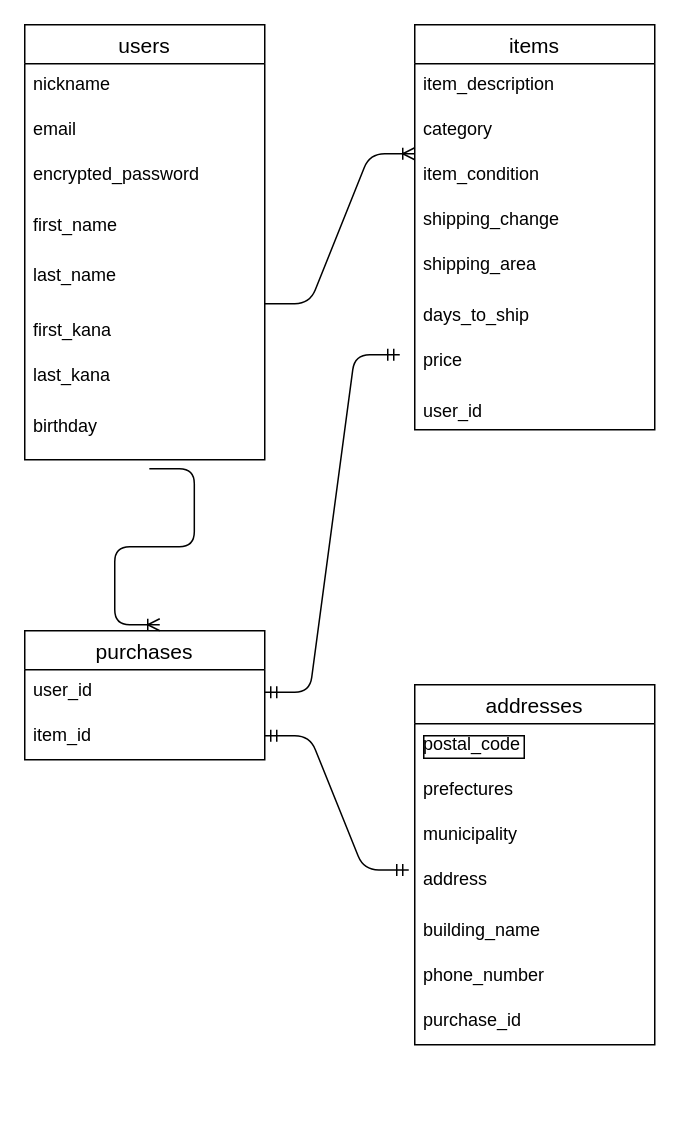
This is er_furima.dio from Masaki-Ohtaka/furima-34335, a draw.io file, before an edit. Source tidied: cells renumbered, new cells numbered last; positions are measured from the earlier drawing's top-left corner, leaving out a move shared by most shapes. Both pictures are drawn from the tidied source at 150%, with x=0, y=0 at pixel (24, 24).
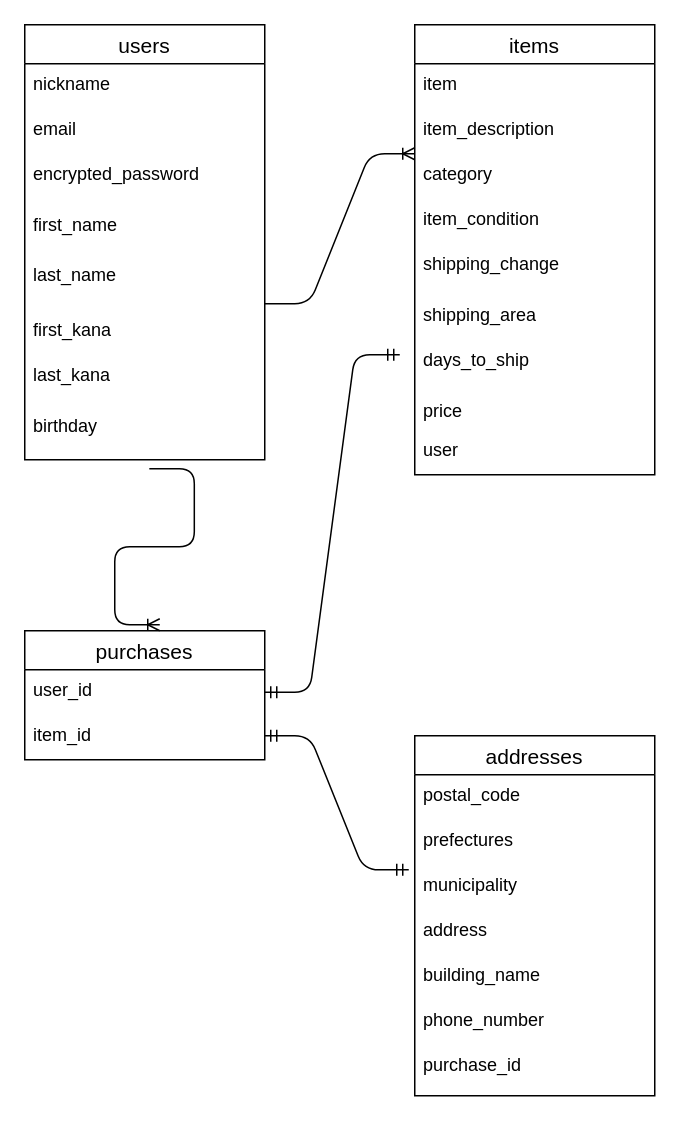
The same diagram, later.

Commit message (it also covers changes not shown here):
ER図とREADME再修正の２

Change to the diagram source:
```diff
@@
     <mxCell id="11" value="items" style="swimlane;fontStyle=0;horizontal=1;startSize=26;align=center;fontSize=14;" parent="1" vertex="1">
-      <mxGeometry x="260" width="160" height="270" as="geometry" />
+      <mxGeometry x="260" width="160" height="300" as="geometry" />
     </mxCell>
-    <mxCell id="12" value="item_description" style="text;strokeColor=none;fillColor=none;spacingLeft=4;spacingRight=4;overflow=hidden;fontSize=12;" parent="11" vertex="1">
+    <mxCell id="12" value="item" style="text;strokeColor=none;fillColor=none;spacingLeft=4;spacingRight=4;overflow=hidden;fontSize=12;" parent="11" vertex="1">
       <mxGeometry y="26" width="160" height="30" as="geometry" />
     </mxCell>
-    <mxCell id="13" value="category" style="text;strokeColor=none;fillColor=none;spacingLeft=4;spacingRight=4;overflow=hidden;fontSize=12;" parent="11" vertex="1">
+    <mxCell id="13" value="item_description" style="text;strokeColor=none;fillColor=none;spacingLeft=4;spacingRight=4;overflow=hidden;fontSize=12;" parent="11" vertex="1">
       <mxGeometry y="56" width="160" height="30" as="geometry" />
     </mxCell>
-    <mxCell id="14" value="item_condition" style="text;strokeColor=none;fillColor=none;spacingLeft=4;spacingRight=4;overflow=hidden;fontSize=12;" parent="11" vertex="1">
+    <mxCell id="14" value="category" style="text;strokeColor=none;fillColor=none;spacingLeft=4;spacingRight=4;overflow=hidden;fontSize=12;" parent="11" vertex="1">
       <mxGeometry y="86" width="160" height="30" as="geometry" />
     </mxCell>
-    <mxCell id="15" value="shipping_change" style="text;strokeColor=none;fillColor=none;spacingLeft=4;spacingRight=4;overflow=hidden;fontSize=12;" parent="11" vertex="1">
+    <mxCell id="15" value="item_condition" style="text;strokeColor=none;fillColor=none;spacingLeft=4;spacingRight=4;overflow=hidden;fontSize=12;" parent="11" vertex="1">
       <mxGeometry y="116" width="160" height="30" as="geometry" />
     </mxCell>
-    <mxCell id="16" value="shipping_area" style="text;strokeColor=none;fillColor=none;spacingLeft=4;spacingRight=4;overflow=hidden;fontSize=12;" parent="11" vertex="1">
-      <mxGeometry y="146" width="160" height="124" as="geometry" />
+    <mxCell id="16" value="shipping_change" style="text;strokeColor=none;fillColor=none;spacingLeft=4;spacingRight=4;overflow=hidden;fontSize=12;" parent="11" vertex="1">
+      <mxGeometry y="146" width="160" height="154" as="geometry" />
     </mxCell>
@@
-    <mxCell id="18" value="addresses" style="swimlane;fontStyle=0;horizontal=1;startSize=26;align=center;fontSize=14;" parent="1" vertex="1">
-      <mxGeometry x="260" y="440" width="160" height="240" as="geometry" />
-    </mxCell>
-    <mxCell id="19" value="postal_code" style="text;strokeColor=none;fillColor=none;spacingLeft=4;spacingRight=4;overflow=hidden;fontSize=12;labelBorderColor=#000000;" parent="18" vertex="1">
-      <mxGeometry y="26" width="160" height="30" as="geometry" />
-    </mxCell>
-    <mxCell id="20" value="prefectures" style="text;strokeColor=none;fillColor=none;spacingLeft=4;spacingRight=4;overflow=hidden;fontSize=12;" parent="18" vertex="1">
-      <mxGeometry y="56" width="160" height="30" as="geometry" />
-    </mxCell>
-    <mxCell id="21" value="municipality" style="text;strokeColor=none;fillColor=none;spacingLeft=4;spacingRight=4;overflow=hidden;fontSize=12;" parent="18" vertex="1">
-      <mxGeometry y="86" width="160" height="30" as="geometry" />
-    </mxCell>
-    <mxCell id="22" value="address" style="text;strokeColor=none;fillColor=none;spacingLeft=4;spacingRight=4;overflow=hidden;points=[[0,0.5],[1,0.5]];portConstraint=eastwest;fontSize=12;" parent="18" vertex="1">
-      <mxGeometry y="116" width="160" height="124" as="geometry" />
-    </mxCell>
     <mxCell id="23" value="building_name" style="text;strokeColor=none;fillColor=none;spacingLeft=4;spacingRight=4;overflow=hidden;fontSize=12;" parent="1" vertex="1">
-      <mxGeometry x="260" y="590" width="160" height="30" as="geometry" />
+      <mxGeometry x="260" y="620" width="160" height="30" as="geometry" />
     </mxCell>
     <mxCell id="24" value="phone_number" style="text;strokeColor=none;fillColor=none;spacingLeft=4;spacingRight=4;overflow=hidden;fontSize=12;" parent="1" vertex="1">
-      <mxGeometry x="260" y="620" width="160" height="30" as="geometry" />
+      <mxGeometry x="260" y="650" width="160" height="30" as="geometry" />
     </mxCell>
@@
-    <mxCell id="28" value="days_to_ship" style="text;strokeColor=none;fillColor=none;spacingLeft=4;spacingRight=4;overflow=hidden;fontSize=12;" parent="1" vertex="1">
+    <mxCell id="28" value="shipping_area" style="text;strokeColor=none;fillColor=none;spacingLeft=4;spacingRight=4;overflow=hidden;fontSize=12;" parent="1" vertex="1">
       <mxGeometry x="260" y="180" width="160" height="34" as="geometry" />
     </mxCell>
-    <mxCell id="29" value="price" style="text;strokeColor=none;fillColor=none;spacingLeft=4;spacingRight=4;overflow=hidden;fontSize=12;" parent="1" vertex="1">
+    <mxCell id="29" value="days_to_ship" style="text;strokeColor=none;fillColor=none;spacingLeft=4;spacingRight=4;overflow=hidden;fontSize=12;" parent="1" vertex="1">
       <mxGeometry x="260" y="210" width="160" height="34" as="geometry" />
     </mxCell>
-    <mxCell id="30" value="user_id" style="text;strokeColor=none;fillColor=none;spacingLeft=4;spacingRight=4;overflow=hidden;fontSize=12;" parent="1" vertex="1">
-      <mxGeometry x="260" y="244" width="160" height="34" as="geometry" />
+    <mxCell id="30" value="price" style="text;strokeColor=none;fillColor=none;spacingLeft=4;spacingRight=4;overflow=hidden;fontSize=12;" parent="1" vertex="1">
+      <mxGeometry x="260" y="244" width="160" height="26" as="geometry" />
     </mxCell>
     <mxCell id="31" value="purchase_id" style="text;strokeColor=none;fillColor=none;spacingLeft=4;spacingRight=4;overflow=hidden;fontSize=12;" parent="1" vertex="1">
-      <mxGeometry x="260" y="650" width="160" height="30" as="geometry" />
+      <mxGeometry x="260" y="680" width="160" height="30" as="geometry" />
     </mxCell>
-    <mxCell id="32" style="edgeStyle=entityRelationEdgeStyle;fontSize=12;html=1;endArrow=ERmandOne;startArrow=ERmandOne;entryX=-0.025;entryY=0.06;entryDx=0;entryDy=0;entryPerimeter=0;" parent="1" edge="1" target="22">
+    <mxCell id="32" style="edgeStyle=entityRelationEdgeStyle;fontSize=12;html=1;endArrow=ERmandOne;startArrow=ERmandOne;entryX=-0.025;entryY=0.06;entryDx=0;entryDy=0;entryPerimeter=0;" parent="1" edge="1">
       <mxGeometry relative="1" as="geometry">
         <mxPoint x="160" y="474" as="sourcePoint" />
+        <mxPoint x="256" y="563.4" as="targetPoint" />
       </mxGeometry>
     </mxCell>
@@
+    <mxCell id="35" value="user" style="text;strokeColor=none;fillColor=none;spacingLeft=4;spacingRight=4;overflow=hidden;fontSize=12;" parent="1" vertex="1">
+      <mxGeometry x="260" y="270" width="160" height="34" as="geometry" />
+    </mxCell>
+    <mxCell id="18" value="addresses" style="swimlane;fontStyle=0;horizontal=1;startSize=26;align=center;fontSize=14;" parent="1" vertex="1">
+      <mxGeometry x="260" y="474" width="160" height="240" as="geometry" />
+    </mxCell>
+    <mxCell id="19" value="postal_code" style="text;strokeColor=none;fillColor=none;spacingLeft=4;spacingRight=4;overflow=hidden;fontSize=12;" parent="18" vertex="1">
+      <mxGeometry y="26" width="160" height="30" as="geometry" />
+    </mxCell>
+    <mxCell id="20" value="prefectures" style="text;strokeColor=none;fillColor=none;spacingLeft=4;spacingRight=4;overflow=hidden;fontSize=12;" parent="18" vertex="1">
+      <mxGeometry y="56" width="160" height="30" as="geometry" />
+    </mxCell>
+    <mxCell id="21" value="municipality" style="text;strokeColor=none;fillColor=none;spacingLeft=4;spacingRight=4;overflow=hidden;fontSize=12;" parent="18" vertex="1">
+      <mxGeometry y="86" width="160" height="154" as="geometry" />
+    </mxCell>
+    <mxCell id="22" value="address" style="text;strokeColor=none;fillColor=none;spacingLeft=4;spacingRight=4;overflow=hidden;points=[[0,0.5],[1,0.5]];portConstraint=eastwest;fontSize=12;" parent="1" vertex="1">
+      <mxGeometry x="260" y="590" width="160" height="30" as="geometry" />
+    </mxCell>
```
